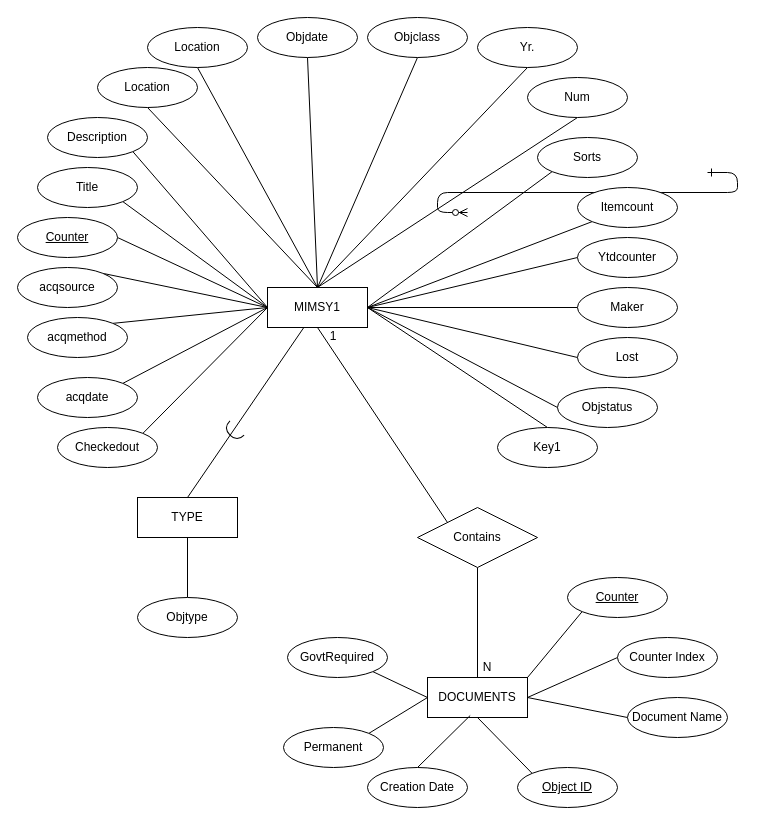
Earlier version of the draw.io diagram Documentation/Diagrams/Mymsysdata_ERD.drawio (jortillo/AccessDatabaseWebApp). Source tidied: cells renumbered, new cells numbered last; positions are measured from the earlier drawing's top-left corner, leaving out a move shared by most shapes. Both pictures are drawn from the tidied source at 100%, with x=0, y=0 at pixel (17, 17).
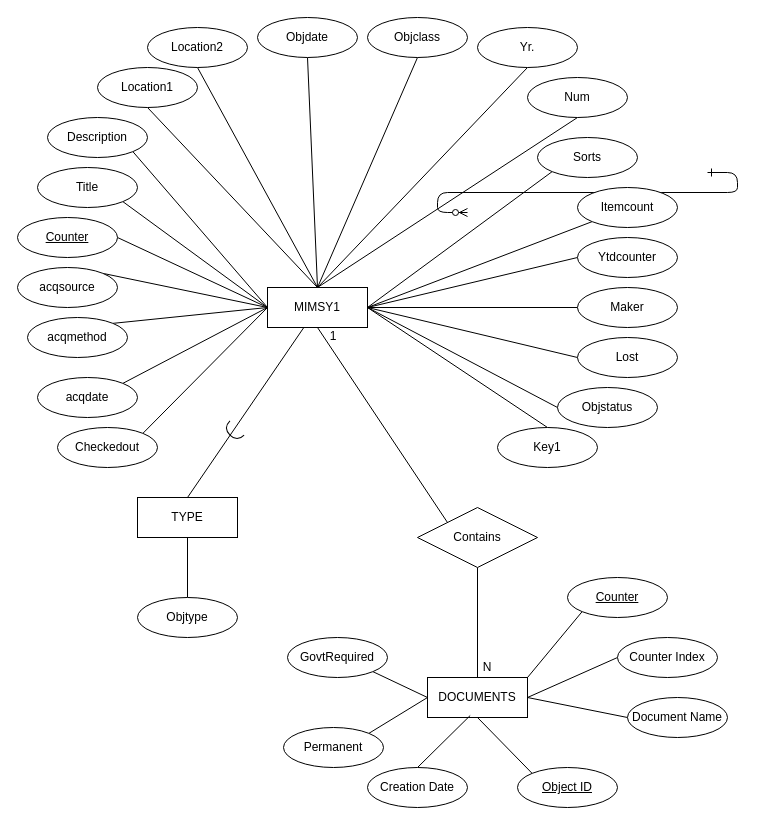
The same page after the edit.

Diff of the diagram source:
```diff
@@
-    <mxCell id="11" value="Location" style="ellipse;whiteSpace=wrap;html=1;align=center;" parent="1" vertex="1">
+    <mxCell id="11" value="Location1" style="ellipse;whiteSpace=wrap;html=1;align=center;" parent="1" vertex="1">
       <mxGeometry x="80" y="50" width="100" height="40" as="geometry" />
     </mxCell>
@@
-    <mxCell id="41" value="Location" style="ellipse;whiteSpace=wrap;html=1;align=center;" parent="1" vertex="1">
+    <mxCell id="41" value="Location2" style="ellipse;whiteSpace=wrap;html=1;align=center;" parent="1" vertex="1">
       <mxGeometry x="130" y="10" width="100" height="40" as="geometry" />
     </mxCell>
```
